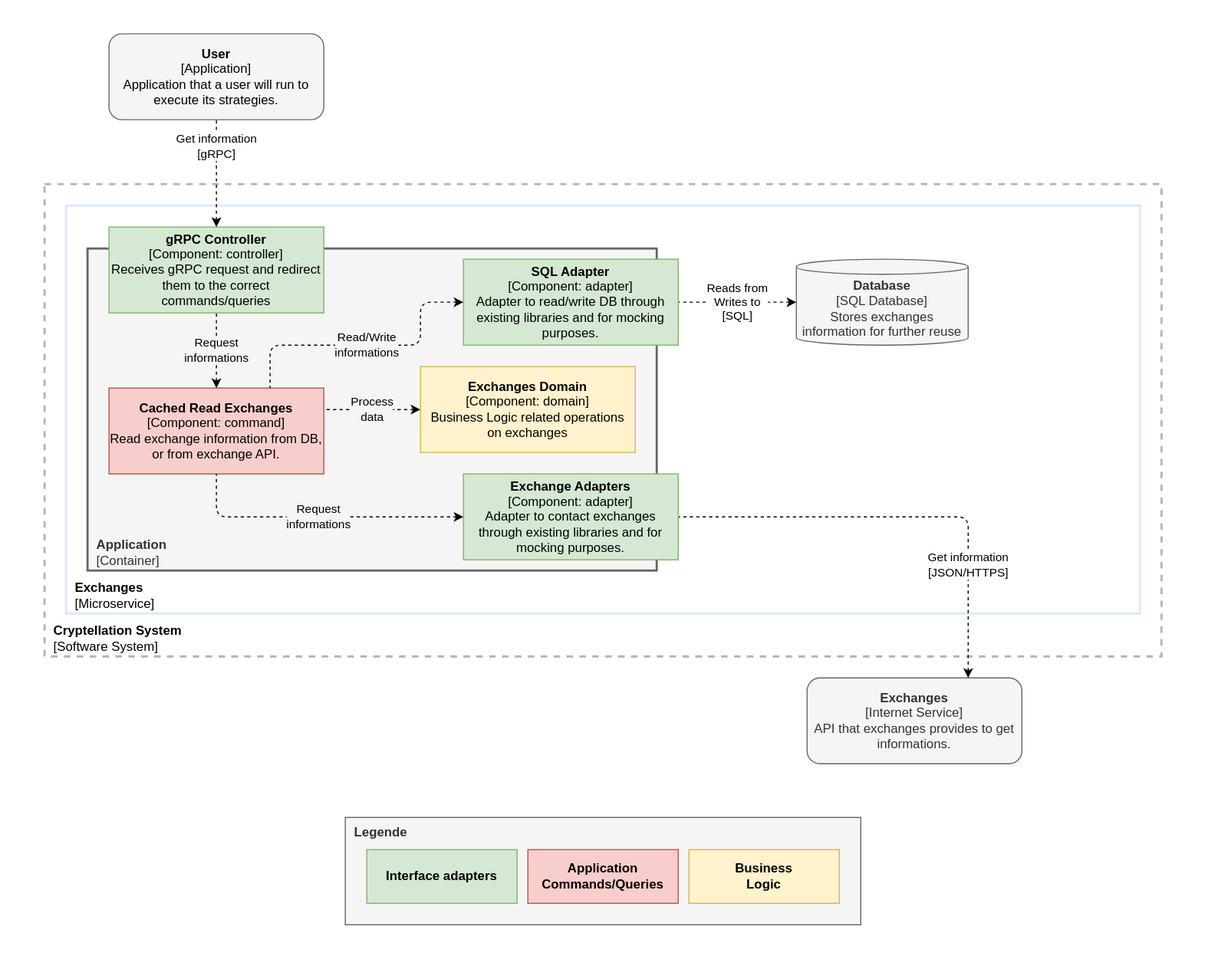
This is website/docs/services/exchanges/internal/component-diagram.svg from lerenn/cryptellation, a draw.io export, as it was before one commit. Source tidied: cells renumbered, new cells last; positions are measured from the earlier drawing's top-left corner, leaving out a move shared by most shapes.
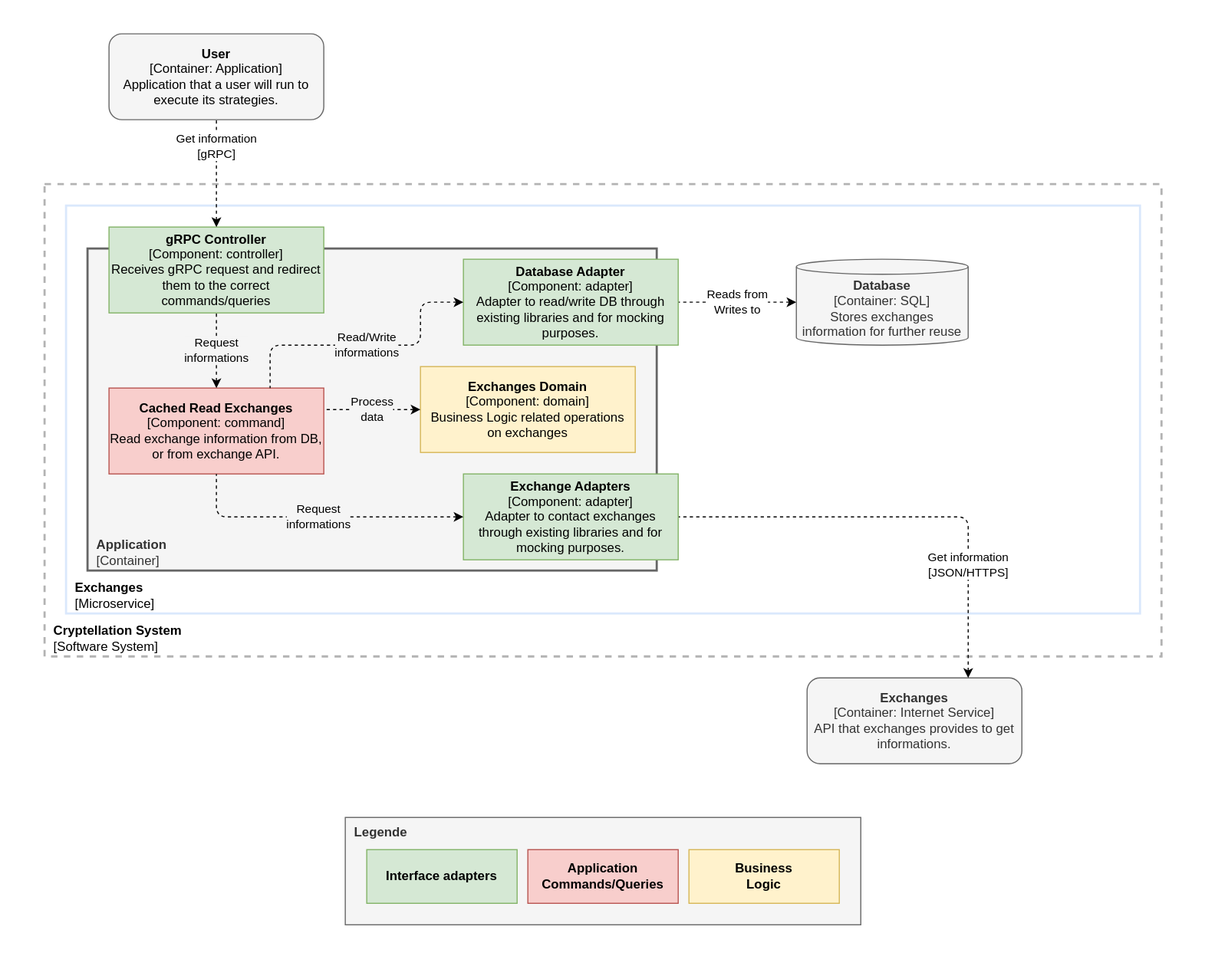
The same diagram one commit later.

Change to the diagram source:
```diff
@@ -17,19 +17,19 @@
     <mxCell id="6" value="&lt;b&gt;gRPC Controller&lt;/b&gt;&lt;br&gt;[Component: controller]&lt;br&gt;Receives gRPC request and redirect them to the correct commands/queries" style="rounded=0;whiteSpace=wrap;html=1;fillColor=#d5e8d4;strokeColor=#82b366;" parent="1" vertex="1">
       <mxGeometry x="100" y="210" width="200" height="80" as="geometry" />
     </mxCell>
-    <mxCell id="7" value="&lt;b&gt;Database&lt;/b&gt;&lt;br&gt;[SQL Database]&lt;br&gt;Stores exchanges information for further reuse" style="shape=cylinder3;whiteSpace=wrap;html=1;boundedLbl=1;backgroundOutline=1;size=7;fillColor=#f5f5f5;strokeColor=#666666;fontColor=#333333;" parent="1" vertex="1">
+    <mxCell id="7" value="&lt;b&gt;Database&lt;/b&gt;&lt;br&gt;[Container: SQL]&lt;br&gt;Stores exchanges information for further reuse" style="shape=cylinder3;whiteSpace=wrap;html=1;boundedLbl=1;backgroundOutline=1;size=7;fillColor=#f5f5f5;strokeColor=#666666;fontColor=#333333;" parent="1" vertex="1">
       <mxGeometry x="740" y="240" width="160" height="80" as="geometry" />
     </mxCell>
-    <mxCell id="8" value="&lt;b style=&quot;color: rgb(51 , 51 , 51)&quot;&gt;Exchanges&lt;/b&gt;&lt;br style=&quot;color: rgb(51 , 51 , 51)&quot;&gt;&lt;span style=&quot;color: rgb(51 , 51 , 51)&quot;&gt;[Internet Service]&lt;/span&gt;&lt;br style=&quot;color: rgb(51 , 51 , 51)&quot;&gt;&lt;span style=&quot;color: rgb(51 , 51 , 51)&quot;&gt;API that exchanges provides to get informations.&lt;/span&gt;" style="rounded=1;whiteSpace=wrap;html=1;fillColor=#f5f5f5;fontColor=#333333;strokeColor=#666666;" parent="1" vertex="1">
+    <mxCell id="8" value="&lt;b style=&quot;color: rgb(51 , 51 , 51)&quot;&gt;Exchanges&lt;/b&gt;&lt;br style=&quot;color: rgb(51 , 51 , 51)&quot;&gt;&lt;span style=&quot;color: rgb(51 , 51 , 51)&quot;&gt;[Container: Internet Service]&lt;/span&gt;&lt;br style=&quot;color: rgb(51 , 51 , 51)&quot;&gt;&lt;span style=&quot;color: rgb(51 , 51 , 51)&quot;&gt;API that exchanges provides to get informations.&lt;/span&gt;" style="rounded=1;whiteSpace=wrap;html=1;fillColor=#f5f5f5;fontColor=#333333;strokeColor=#666666;" parent="1" vertex="1">
       <mxGeometry x="750" y="630" width="200" height="80" as="geometry" />
     </mxCell>
     <mxCell id="9" value="&lt;span style=&quot;color: rgb(0 , 0 , 0) ; font-family: &amp;#34;helvetica&amp;#34; ; font-size: 11px ; font-style: normal ; font-weight: 400 ; letter-spacing: normal ; text-align: center ; text-indent: 0px ; text-transform: none ; word-spacing: 0px ; background-color: rgb(255 , 255 , 255) ; display: inline ; float: none&quot;&gt;Get information&lt;/span&gt;&lt;br style=&quot;color: rgb(0 , 0 , 0) ; font-family: &amp;#34;helvetica&amp;#34; ; font-size: 11px ; font-style: normal ; font-weight: 400 ; letter-spacing: normal ; text-align: center ; text-indent: 0px ; text-transform: none ; word-spacing: 0px&quot;&gt;&lt;span style=&quot;color: rgb(0 , 0 , 0) ; font-family: &amp;#34;helvetica&amp;#34; ; font-size: 11px ; font-style: normal ; font-weight: 400 ; letter-spacing: normal ; text-align: center ; text-indent: 0px ; text-transform: none ; word-spacing: 0px ; background-color: rgb(255 , 255 , 255) ; display: inline ; float: none&quot;&gt;[JSON/HTTPS]&lt;/span&gt;" style="endArrow=none;dashed=1;html=1;exitX=0.75;exitY=0;exitDx=0;exitDy=0;entryX=1;entryY=0.5;entryDx=0;entryDy=0;edgeStyle=orthogonalEdgeStyle;startArrow=classic;startFill=1;" parent="1" edge="1" source="8" target="13">
       <mxGeometry x="-0.5" relative="1" as="geometry" />
     </mxCell>
-    <mxCell id="10" value="&lt;font face=&quot;helvetica&quot;&gt;Reads from&lt;br&gt;Writes to&lt;br&gt;[SQL]&lt;br&gt;&lt;/font&gt;" style="endArrow=none;dashed=1;html=1;exitX=0;exitY=0.5;exitDx=0;exitDy=0;entryX=1;entryY=0.5;entryDx=0;entryDy=0;edgeStyle=orthogonalEdgeStyle;startArrow=classic;startFill=1;exitPerimeter=0;" parent="1" edge="1" source="7" target="14">
+    <mxCell id="10" value="&lt;font face=&quot;helvetica&quot;&gt;Reads from&lt;br&gt;Writes to&lt;br&gt;&lt;/font&gt;" style="endArrow=none;dashed=1;html=1;exitX=0;exitY=0.5;exitDx=0;exitDy=0;entryX=1;entryY=0.5;entryDx=0;entryDy=0;edgeStyle=orthogonalEdgeStyle;startArrow=classic;startFill=1;exitPerimeter=0;" parent="1" edge="1" source="7" target="14">
       <mxGeometry relative="1" as="geometry" />
     </mxCell>
-    <mxCell id="11" value="&lt;b style=&quot;color: rgb(0 , 0 , 0) ; font-family: &amp;#34;helvetica&amp;#34; ; font-size: 12px ; font-style: normal ; letter-spacing: normal ; text-align: center ; text-indent: 0px ; text-transform: none ; word-spacing: 0px&quot;&gt;User&lt;/b&gt;&lt;br style=&quot;color: rgb(0 , 0 , 0) ; font-family: &amp;#34;helvetica&amp;#34; ; font-size: 12px ; font-style: normal ; font-weight: 400 ; letter-spacing: normal ; text-align: center ; text-indent: 0px ; text-transform: none ; word-spacing: 0px&quot;&gt;&lt;span style=&quot;color: rgb(0 , 0 , 0) ; font-family: &amp;#34;helvetica&amp;#34; ; font-size: 12px ; font-style: normal ; font-weight: 400 ; letter-spacing: normal ; text-align: center ; text-indent: 0px ; text-transform: none ; word-spacing: 0px ; display: inline ; float: none&quot;&gt;[Application]&lt;/span&gt;&lt;br style=&quot;color: rgb(0 , 0 , 0) ; font-family: &amp;#34;helvetica&amp;#34; ; font-size: 12px ; font-style: normal ; font-weight: 400 ; letter-spacing: normal ; text-align: center ; text-indent: 0px ; text-transform: none ; word-spacing: 0px&quot;&gt;&lt;span style=&quot;color: rgb(0 , 0 , 0) ; font-family: &amp;#34;helvetica&amp;#34; ; font-size: 12px ; font-style: normal ; font-weight: 400 ; letter-spacing: normal ; text-align: center ; text-indent: 0px ; text-transform: none ; word-spacing: 0px ; display: inline ; float: none&quot;&gt;Application that a user will run to execute its strategies.&lt;/span&gt;" style="rounded=1;whiteSpace=wrap;html=1;strokeColor=#666666;strokeWidth=1;fillColor=#f5f5f5;fontColor=#333333;" parent="1" vertex="1">
+    <mxCell id="11" value="&lt;b style=&quot;color: rgb(0 , 0 , 0) ; font-family: &amp;#34;helvetica&amp;#34; ; font-size: 12px ; font-style: normal ; letter-spacing: normal ; text-align: center ; text-indent: 0px ; text-transform: none ; word-spacing: 0px&quot;&gt;User&lt;/b&gt;&lt;br style=&quot;color: rgb(0 , 0 , 0) ; font-family: &amp;#34;helvetica&amp;#34; ; font-size: 12px ; font-style: normal ; font-weight: 400 ; letter-spacing: normal ; text-align: center ; text-indent: 0px ; text-transform: none ; word-spacing: 0px&quot;&gt;&lt;span style=&quot;color: rgb(0 , 0 , 0) ; font-family: &amp;#34;helvetica&amp;#34; ; font-size: 12px ; font-style: normal ; font-weight: 400 ; letter-spacing: normal ; text-align: center ; text-indent: 0px ; text-transform: none ; word-spacing: 0px ; display: inline ; float: none&quot;&gt;[Container: Application]&lt;/span&gt;&lt;br style=&quot;color: rgb(0 , 0 , 0) ; font-family: &amp;#34;helvetica&amp;#34; ; font-size: 12px ; font-style: normal ; font-weight: 400 ; letter-spacing: normal ; text-align: center ; text-indent: 0px ; text-transform: none ; word-spacing: 0px&quot;&gt;&lt;span style=&quot;color: rgb(0 , 0 , 0) ; font-family: &amp;#34;helvetica&amp;#34; ; font-size: 12px ; font-style: normal ; font-weight: 400 ; letter-spacing: normal ; text-align: center ; text-indent: 0px ; text-transform: none ; word-spacing: 0px ; display: inline ; float: none&quot;&gt;Application that a user will run to execute its strategies.&lt;/span&gt;" style="rounded=1;whiteSpace=wrap;html=1;strokeColor=#666666;strokeWidth=1;fillColor=#f5f5f5;fontColor=#333333;" parent="1" vertex="1">
       <mxGeometry x="100" y="30" width="200" height="80" as="geometry" />
     </mxCell>
     <mxCell id="12" value="&lt;font face=&quot;helvetica&quot;&gt;Get information&lt;br&gt;[gRPC]&lt;br&gt;&lt;/font&gt;" style="endArrow=none;dashed=1;html=1;entryX=0.5;entryY=1;entryDx=0;entryDy=0;edgeStyle=orthogonalEdgeStyle;startArrow=classic;startFill=1;exitX=0.5;exitY=0;exitDx=0;exitDy=0;" parent="1" edge="1" source="6" target="11">
@@ -38,7 +38,7 @@
     <mxCell id="13" value="&lt;b&gt;Exchange Adapters&lt;/b&gt;&lt;br&gt;[Component: adapter]&lt;br&gt;Adapter to contact exchanges through existing libraries and for mocking purposes." style="rounded=0;whiteSpace=wrap;html=1;fillColor=#d5e8d4;strokeColor=#82b366;" parent="1" vertex="1">
       <mxGeometry x="430" y="440" width="200" height="80" as="geometry" />
     </mxCell>
-    <mxCell id="14" value="&lt;b&gt;SQL Adapter&lt;/b&gt;&lt;br&gt;[Component: adapter]&lt;br&gt;Adapter to read/write DB through existing libraries and for mocking purposes." style="rounded=0;whiteSpace=wrap;html=1;fillColor=#d5e8d4;strokeColor=#82b366;" parent="1" vertex="1">
+    <mxCell id="14" value="&lt;b&gt;Database Adapter&lt;/b&gt;&lt;br&gt;[Component: adapter]&lt;br&gt;Adapter to read/write DB through existing libraries and for mocking purposes." style="rounded=0;whiteSpace=wrap;html=1;fillColor=#d5e8d4;strokeColor=#82b366;" parent="1" vertex="1">
       <mxGeometry x="430" y="240" width="200" height="80" as="geometry" />
     </mxCell>
     <mxCell id="15" value="&lt;b&gt;Cached Read Exchanges&lt;/b&gt;&lt;br&gt;[Component: command]&lt;br&gt;Read exchange information from DB, or from exchange API." style="rounded=0;whiteSpace=wrap;html=1;fillColor=#f8cecc;strokeColor=#b85450;" parent="1" vertex="1">
```
